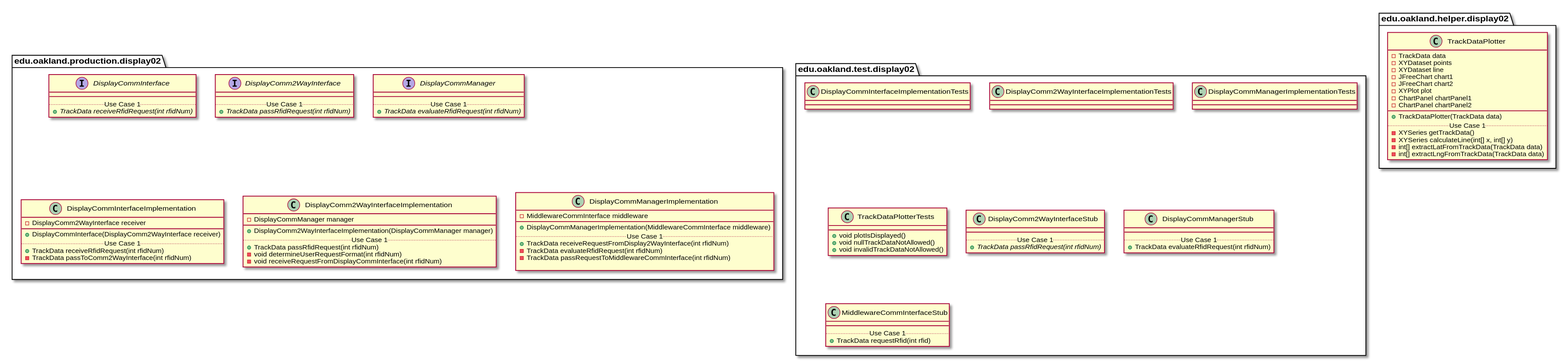
This is docs/uml-class-diagrams/display02/Display02Packages.svg from andrewdimmer/csi-3370-software-project, a PlantUML export, as it was before one commit.
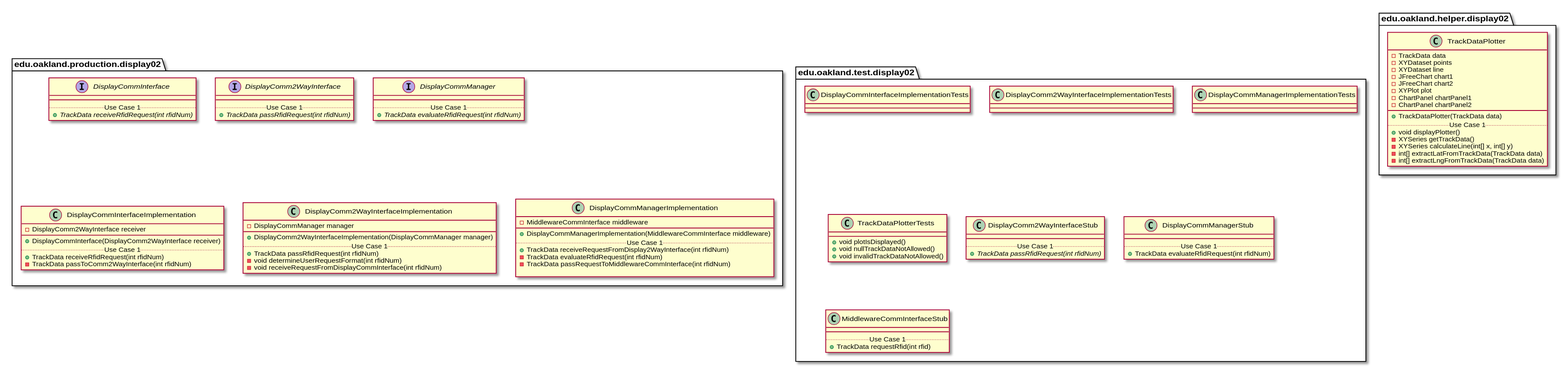
After the change.

Diff of the diagram source:
```diff
@@ -154,6 +154,7 @@
         __
         + TrackDataPlotter(TrackData data)
         .. Use Case 1 ..
+        + void displayPlotter()
         - XYSeries getTrackData()
         - XYSeries calculateLine(int[] x, int[] y)
         - int[] extractLatFromTrackData(TrackData data)
```
